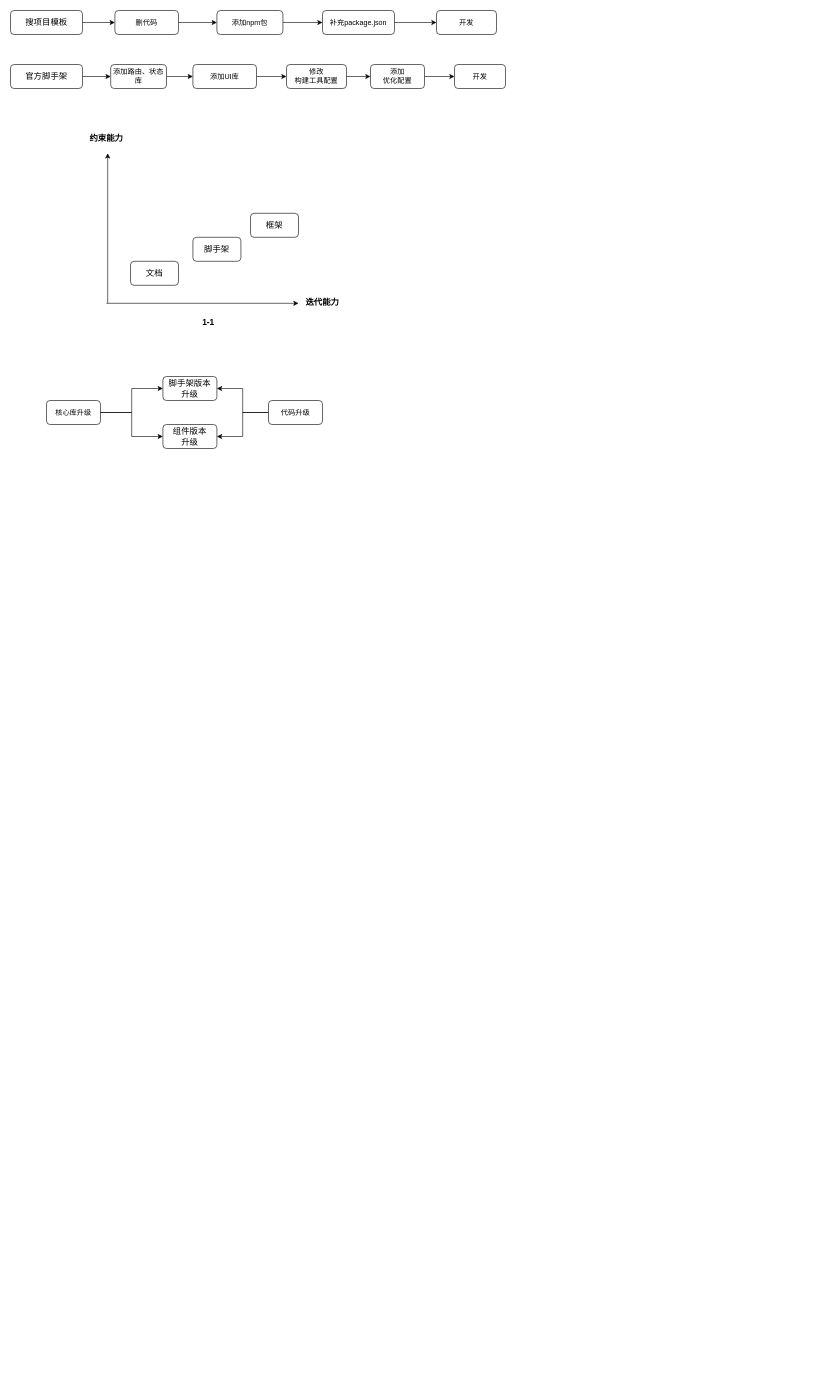
Earlier version of the draw.io diagram doc/diagram/第一章.drawio (houyaowei/front-end-beautifier-in-process). Source tidied: cells renumbered, new cells numbered last; positions are measured from the earlier drawing's top-left corner, leaving out a move shared by most shapes. Both pictures are drawn from the tidied source at 60%, with x=0, y=0 at pixel (10, 10).
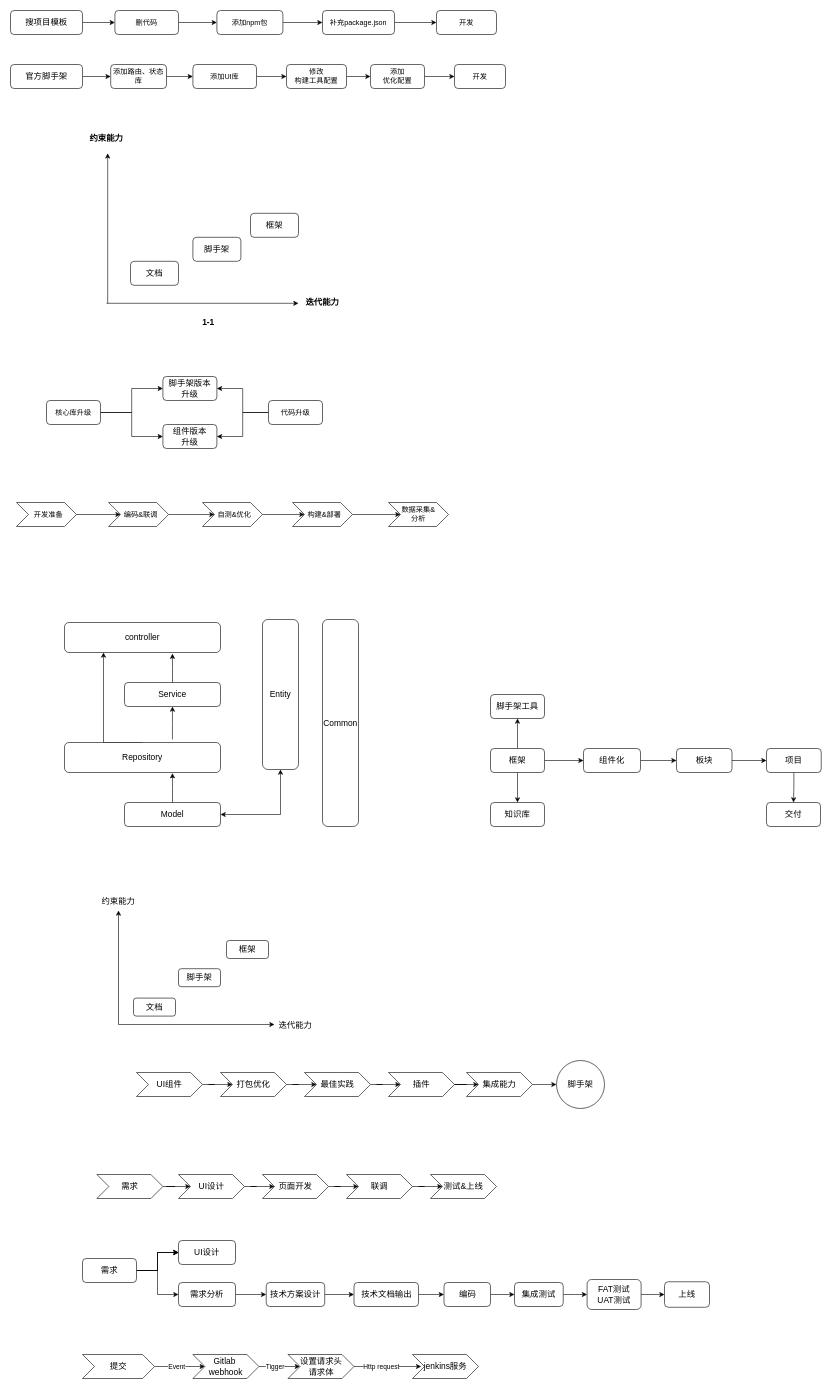
After the change.

The edit, as a diff of the source:
```diff
@@
+    <mxCell id="38" style="edgeStyle=orthogonalEdgeStyle;rounded=0;jettySize=auto;html=1;" parent="1" edge="1" source="39" target="41">
+      <mxGeometry relative="1" as="geometry" />
+    </mxCell>
+    <mxCell id="39" value="&amp;nbsp; 开发准备" style="shape=step;perimeter=stepPerimeter;whiteSpace=wrap;html=1;fixedSize=1;" parent="1" vertex="1">
+      <mxGeometry x="10" y="820" width="100" height="40" as="geometry" />
+    </mxCell>
+    <mxCell id="40" style="edgeStyle=orthogonalEdgeStyle;rounded=0;jettySize=auto;html=1;" parent="1" edge="1" source="41" target="43">
+      <mxGeometry relative="1" as="geometry" />
+    </mxCell>
+    <mxCell id="41" value="&amp;nbsp; 编码&amp;amp;联调" style="shape=step;perimeter=stepPerimeter;whiteSpace=wrap;html=1;fixedSize=1;" parent="1" vertex="1">
+      <mxGeometry x="163.5" y="820" width="100" height="40" as="geometry" />
+    </mxCell>
+    <mxCell id="42" style="edgeStyle=orthogonalEdgeStyle;rounded=0;jettySize=auto;html=1;" parent="1" edge="1" source="43" target="45">
+      <mxGeometry relative="1" as="geometry" />
+    </mxCell>
+    <mxCell id="43" value="&amp;nbsp; 自测&amp;amp;优化" style="shape=step;perimeter=stepPerimeter;whiteSpace=wrap;html=1;fixedSize=1;" parent="1" vertex="1">
+      <mxGeometry x="320" y="820" width="100" height="40" as="geometry" />
+    </mxCell>
+    <mxCell id="44" style="edgeStyle=orthogonalEdgeStyle;rounded=0;jettySize=auto;html=1;" parent="1" edge="1" source="45" target="46">
+      <mxGeometry relative="1" as="geometry" />
+    </mxCell>
+    <mxCell id="45" value="&amp;nbsp; 构建&amp;amp;部署" style="shape=step;perimeter=stepPerimeter;whiteSpace=wrap;html=1;fixedSize=1;" parent="1" vertex="1">
+      <mxGeometry x="470" y="820" width="100" height="40" as="geometry" />
+    </mxCell>
+    <mxCell id="46" value="数据采集&amp;amp;&lt;br&gt;分析" style="shape=step;perimeter=stepPerimeter;whiteSpace=wrap;html=1;fixedSize=1;" parent="1" vertex="1">
+      <mxGeometry x="630" y="820" width="100" height="40" as="geometry" />
+    </mxCell>
+    <mxCell id="47" value="&lt;font style=&quot;font-size: 14px;&quot;&gt;controller&lt;/font&gt;" style="rounded=1;whiteSpace=wrap;html=1;" parent="1" vertex="1">
+      <mxGeometry x="90" y="1020" width="260" height="50" as="geometry" />
+    </mxCell>
+    <mxCell id="48" value="&lt;font style=&quot;font-size: 14px;&quot;&gt;Service&lt;/font&gt;" style="rounded=1;whiteSpace=wrap;html=1;" parent="1" vertex="1">
+      <mxGeometry x="190" y="1120" width="160" height="40" as="geometry" />
+    </mxCell>
+    <mxCell id="49" style="edgeStyle=orthogonalEdgeStyle;rounded=0;jettySize=auto;html=1;entryX=0.5;entryY=1;entryDx=0;entryDy=0;exitX=0.692;exitY=-0.1;exitDx=0;exitDy=0;exitPerimeter=0;" parent="1" edge="1" source="51" target="48">
+      <mxGeometry relative="1" as="geometry" />
+    </mxCell>
+    <mxCell id="50" style="edgeStyle=orthogonalEdgeStyle;rounded=0;jettySize=auto;html=1;exitX=0.5;exitY=0;exitDx=0;exitDy=0;entryX=0.25;entryY=1;entryDx=0;entryDy=0;" parent="1" edge="1" source="51" target="47">
+      <mxGeometry relative="1" as="geometry">
+        <Array as="points">
+          <mxPoint x="155" y="1220" />
+        </Array>
+      </mxGeometry>
+    </mxCell>
+    <mxCell id="51" value="&lt;font style=&quot;font-size: 14px;&quot;&gt;Repository&lt;/font&gt;" style="rounded=1;whiteSpace=wrap;html=1;" parent="1" vertex="1">
+      <mxGeometry x="90" y="1220" width="260" height="50" as="geometry" />
+    </mxCell>
+    <mxCell id="52" style="edgeStyle=orthogonalEdgeStyle;rounded=0;jettySize=auto;html=1;entryX=0.5;entryY=1;entryDx=0;entryDy=0;shadow=0;startArrow=classic;startFill=1;" parent="1" edge="1" source="53" target="54">
+      <mxGeometry relative="1" as="geometry" />
+    </mxCell>
+    <mxCell id="53" value="&lt;font style=&quot;font-size: 14px;&quot;&gt;Model&lt;/font&gt;" style="rounded=1;whiteSpace=wrap;html=1;" parent="1" vertex="1">
+      <mxGeometry x="190" y="1320" width="160" height="40" as="geometry" />
+    </mxCell>
+    <mxCell id="54" value="&lt;font style=&quot;font-size: 14px;&quot;&gt;Entity&lt;/font&gt;" style="rounded=1;whiteSpace=wrap;html=1;" parent="1" vertex="1">
+      <mxGeometry x="420" y="1015" width="60" height="250" as="geometry" />
+    </mxCell>
+    <mxCell id="55" value="&lt;font style=&quot;font-size: 14px;&quot;&gt;Common&lt;/font&gt;" style="rounded=1;whiteSpace=wrap;html=1;" parent="1" vertex="1">
+      <mxGeometry x="520" y="1015" width="60" height="345" as="geometry" />
+    </mxCell>
+    <mxCell id="56" style="edgeStyle=orthogonalEdgeStyle;rounded=0;jettySize=auto;html=1;exitX=0.5;exitY=0;exitDx=0;exitDy=0;entryX=0.692;entryY=1.02;entryDx=0;entryDy=0;entryPerimeter=0;" parent="1" edge="1" source="53" target="51">
+      <mxGeometry relative="1" as="geometry" />
+    </mxCell>
+    <mxCell id="57" style="edgeStyle=orthogonalEdgeStyle;rounded=0;jettySize=auto;html=1;entryX=0.692;entryY=1.04;entryDx=0;entryDy=0;entryPerimeter=0;" parent="1" edge="1" source="48" target="47">
+      <mxGeometry relative="1" as="geometry" />
+    </mxCell>
+    <mxCell id="58" style="edgeStyle=orthogonalEdgeStyle;rounded=0;jettySize=auto;html=1;" parent="1" edge="1" source="61" target="63">
+      <mxGeometry relative="1" as="geometry" />
+    </mxCell>
+    <mxCell id="59" style="edgeStyle=orthogonalEdgeStyle;rounded=0;jettySize=auto;html=1;" parent="1" edge="1" source="61" target="64">
+      <mxGeometry relative="1" as="geometry" />
+    </mxCell>
+    <mxCell id="60" style="edgeStyle=orthogonalEdgeStyle;rounded=0;jettySize=auto;html=1;" parent="1" edge="1" source="61" target="69">
+      <mxGeometry relative="1" as="geometry" />
+    </mxCell>
+    <mxCell id="61" value="&lt;font style=&quot;font-size: 14px;&quot;&gt;框架&lt;/font&gt;" style="rounded=1;whiteSpace=wrap;html=1;" parent="1" vertex="1">
+      <mxGeometry x="800" y="1230" width="90" height="40" as="geometry" />
+    </mxCell>
+    <mxCell id="62" style="edgeStyle=orthogonalEdgeStyle;rounded=0;jettySize=auto;html=1;" parent="1" edge="1" source="63" target="66">
+      <mxGeometry relative="1" as="geometry" />
+    </mxCell>
+    <mxCell id="63" value="&lt;font style=&quot;font-size: 14px;&quot;&gt;组件化&lt;/font&gt;" style="whiteSpace=wrap;html=1;rounded=1;" parent="1" vertex="1">
+      <mxGeometry x="955" y="1230" width="95" height="40" as="geometry" />
+    </mxCell>
+    <mxCell id="64" value="&lt;font style=&quot;font-size: 14px;&quot;&gt;知识库&lt;/font&gt;" style="whiteSpace=wrap;html=1;rounded=1;" parent="1" vertex="1">
+      <mxGeometry x="800" y="1320" width="90" height="40" as="geometry" />
+    </mxCell>
+    <mxCell id="65" style="edgeStyle=orthogonalEdgeStyle;rounded=0;jettySize=auto;html=1;" parent="1" edge="1" source="66" target="68">
+      <mxGeometry relative="1" as="geometry" />
+    </mxCell>
+    <mxCell id="66" value="&lt;font style=&quot;font-size: 14px;&quot;&gt;板块&lt;/font&gt;" style="whiteSpace=wrap;html=1;rounded=1;" parent="1" vertex="1">
+      <mxGeometry x="1110" y="1230" width="92.5" height="40" as="geometry" />
+    </mxCell>
+    <mxCell id="67" style="edgeStyle=orthogonalEdgeStyle;rounded=0;jettySize=auto;html=1;" parent="1" edge="1" source="68" target="70">
+      <mxGeometry relative="1" as="geometry" />
+    </mxCell>
+    <mxCell id="68" value="&lt;font style=&quot;font-size: 14px;&quot;&gt;项目&lt;/font&gt;" style="whiteSpace=wrap;html=1;rounded=1;" parent="1" vertex="1">
+      <mxGeometry x="1260" y="1230" width="91.2" height="40" as="geometry" />
+    </mxCell>
+    <mxCell id="69" value="&lt;font style=&quot;font-size: 14px;&quot;&gt;脚手架工具&lt;/font&gt;" style="whiteSpace=wrap;html=1;rounded=1;" parent="1" vertex="1">
+      <mxGeometry x="800" y="1140" width="90" height="40" as="geometry" />
+    </mxCell>
+    <mxCell id="70" value="&lt;font style=&quot;font-size: 14px;&quot;&gt;交付&lt;/font&gt;" style="whiteSpace=wrap;html=1;rounded=1;" parent="1" vertex="1">
+      <mxGeometry x="1260" y="1320" width="90" height="40" as="geometry" />
+    </mxCell>
+    <mxCell id="71" style="endArrow=classic;html=1;rounded=0;" parent="1" edge="1">
+      <mxGeometry relative="1" as="geometry">
+        <mxPoint x="180" y="1690" as="sourcePoint" />
+        <mxPoint x="440" y="1690" as="targetPoint" />
+      </mxGeometry>
+    </mxCell>
+    <mxCell id="72" style="endArrow=classic;html=1;rounded=0;" parent="1" edge="1">
+      <mxGeometry relative="1" as="geometry">
+        <mxPoint x="180" y="1690" as="sourcePoint" />
+        <mxPoint x="180" y="1500" as="targetPoint" />
+      </mxGeometry>
+    </mxCell>
+    <mxCell id="73" value="&lt;font style=&quot;font-size: 14px;&quot;&gt;文档&lt;/font&gt;" style="rounded=1;whiteSpace=wrap;html=1;" parent="1" vertex="1">
+      <mxGeometry x="205" y="1646" width="70" height="30" as="geometry" />
+    </mxCell>
+    <mxCell id="74" value="&lt;font style=&quot;font-size: 14px;&quot;&gt;脚手架&lt;/font&gt;" style="rounded=1;whiteSpace=wrap;html=1;" parent="1" vertex="1">
+      <mxGeometry x="280" y="1597" width="70" height="30" as="geometry" />
+    </mxCell>
+    <mxCell id="75" value="&lt;font style=&quot;font-size: 14px;&quot;&gt;框架&lt;/font&gt;" style="rounded=1;whiteSpace=wrap;html=1;" parent="1" vertex="1">
+      <mxGeometry x="360" y="1550" width="70" height="30" as="geometry" />
+    </mxCell>
+    <mxCell id="76" value="&lt;font style=&quot;font-size: 14px;&quot;&gt;迭代能力&lt;/font&gt;" style="text;html=1;align=center;verticalAlign=middle;whiteSpace=wrap;rounded=0;" parent="1" vertex="1">
+      <mxGeometry x="445" y="1676" width="60" height="30" as="geometry" />
+    </mxCell>
+    <mxCell id="77" value="&lt;font style=&quot;font-size: 14px;&quot;&gt;约束能力&lt;/font&gt;" style="text;html=1;align=center;verticalAlign=middle;whiteSpace=wrap;rounded=0;" parent="1" vertex="1">
+      <mxGeometry x="150" y="1470" width="60" height="30" as="geometry" />
+    </mxCell>
+    <mxCell id="78" style="edgeStyle=orthogonalEdgeStyle;rounded=0;jettySize=auto;html=1;" parent="1" edge="1" source="79" target="81">
+      <mxGeometry relative="1" as="geometry" />
+    </mxCell>
+    <mxCell id="79" value="&lt;font style=&quot;font-size: 14px;&quot;&gt;UI组件&lt;/font&gt;" style="shape=step;perimeter=stepPerimeter;whiteSpace=wrap;html=1;fixedSize=1;" parent="1" vertex="1">
+      <mxGeometry x="210" y="1770" width="110" height="40" as="geometry" />
+    </mxCell>
+    <mxCell id="80" style="edgeStyle=orthogonalEdgeStyle;rounded=0;jettySize=auto;html=1;" parent="1" edge="1" source="81" target="83">
+      <mxGeometry relative="1" as="geometry" />
+    </mxCell>
+    <mxCell id="81" value="&lt;font style=&quot;font-size: 14px;&quot;&gt;打包优化&lt;/font&gt;" style="shape=step;perimeter=stepPerimeter;whiteSpace=wrap;html=1;fixedSize=1;" parent="1" vertex="1">
+      <mxGeometry x="350" y="1770" width="110" height="40" as="geometry" />
+    </mxCell>
+    <mxCell id="82" style="edgeStyle=orthogonalEdgeStyle;rounded=0;jettySize=auto;html=1;" parent="1" edge="1" source="83" target="85">
+      <mxGeometry relative="1" as="geometry" />
+    </mxCell>
+    <mxCell id="83" value="&lt;font style=&quot;font-size: 14px;&quot;&gt;最佳实践&lt;/font&gt;" style="shape=step;perimeter=stepPerimeter;whiteSpace=wrap;html=1;fixedSize=1;" parent="1" vertex="1">
+      <mxGeometry x="490" y="1770" width="110" height="40" as="geometry" />
+    </mxCell>
+    <mxCell id="84" style="edgeStyle=orthogonalEdgeStyle;rounded=0;jettySize=auto;html=1;" parent="1" edge="1" source="85" target="87">
+      <mxGeometry relative="1" as="geometry" />
+    </mxCell>
+    <mxCell id="85" value="&lt;font style=&quot;font-size: 14px;&quot;&gt;插件&lt;/font&gt;" style="shape=step;perimeter=stepPerimeter;whiteSpace=wrap;html=1;fixedSize=1;" parent="1" vertex="1">
+      <mxGeometry x="630" y="1770" width="110" height="40" as="geometry" />
+    </mxCell>
+    <mxCell id="86" style="edgeStyle=orthogonalEdgeStyle;rounded=0;jettySize=auto;html=1;" parent="1" edge="1" source="87" target="88">
+      <mxGeometry relative="1" as="geometry" />
+    </mxCell>
+    <mxCell id="87" value="&lt;font style=&quot;font-size: 14px;&quot;&gt;集成能力&lt;/font&gt;" style="shape=step;perimeter=stepPerimeter;whiteSpace=wrap;html=1;fixedSize=1;" parent="1" vertex="1">
+      <mxGeometry x="760" y="1770" width="110" height="40" as="geometry" />
+    </mxCell>
+    <mxCell id="88" value="&lt;font style=&quot;font-size: 14px;&quot;&gt;脚手架&lt;/font&gt;" style="ellipse;whiteSpace=wrap;html=1;" parent="1" vertex="1">
+      <mxGeometry x="910" y="1750" width="80" height="80" as="geometry" />
+    </mxCell>
+    <mxCell id="89" style="edgeStyle=orthogonalEdgeStyle;rounded=0;jettySize=auto;html=1;" parent="1" edge="1" source="90" target="92">
+      <mxGeometry relative="1" as="geometry" />
+    </mxCell>
+    <mxCell id="90" value="&lt;font style=&quot;font-size: 14px;&quot;&gt;需求&lt;/font&gt;" style="shape=step;perimeter=stepPerimeter;whiteSpace=wrap;html=1;fixedSize=1;" parent="1" vertex="1">
+      <mxGeometry x="144" y="1940" width="110" height="40" as="geometry" />
+    </mxCell>
+    <mxCell id="91" style="edgeStyle=orthogonalEdgeStyle;rounded=0;jettySize=auto;html=1;" parent="1" edge="1" source="92" target="94">
+      <mxGeometry relative="1" as="geometry" />
+    </mxCell>
+    <mxCell id="92" value="&lt;font style=&quot;font-size: 14px;&quot;&gt;UI设计&lt;/font&gt;" style="shape=step;perimeter=stepPerimeter;whiteSpace=wrap;html=1;fixedSize=1;" parent="1" vertex="1">
+      <mxGeometry x="280" y="1940" width="110" height="40" as="geometry" />
+    </mxCell>
+    <mxCell id="93" style="edgeStyle=orthogonalEdgeStyle;rounded=0;jettySize=auto;html=1;" parent="1" edge="1" source="94" target="96">
+      <mxGeometry relative="1" as="geometry" />
+    </mxCell>
+    <mxCell id="94" value="&lt;font style=&quot;font-size: 14px;&quot;&gt;页面开发&lt;/font&gt;" style="shape=step;perimeter=stepPerimeter;whiteSpace=wrap;html=1;fixedSize=1;" parent="1" vertex="1">
+      <mxGeometry x="420" y="1940" width="110" height="40" as="geometry" />
+    </mxCell>
+    <mxCell id="95" style="edgeStyle=orthogonalEdgeStyle;rounded=0;jettySize=auto;html=1;" parent="1" edge="1" source="96" target="97">
+      <mxGeometry relative="1" as="geometry" />
+    </mxCell>
+    <mxCell id="96" value="&lt;font style=&quot;font-size: 14px;&quot;&gt;联调&lt;/font&gt;" style="shape=step;perimeter=stepPerimeter;whiteSpace=wrap;html=1;fixedSize=1;" parent="1" vertex="1">
+      <mxGeometry x="560" y="1940" width="110" height="40" as="geometry" />
+    </mxCell>
+    <mxCell id="97" value="&lt;span style=&quot;font-size: 14px;&quot;&gt;测试&amp;amp;上线&lt;/span&gt;" style="shape=step;perimeter=stepPerimeter;whiteSpace=wrap;html=1;fixedSize=1;" parent="1" vertex="1">
+      <mxGeometry x="700" y="1940" width="110" height="40" as="geometry" />
+    </mxCell>
+    <mxCell id="98" style="edgeStyle=orthogonalEdgeStyle;rounded=0;jettySize=auto;html=1;" parent="1" edge="1" source="102" target="103">
+      <mxGeometry relative="1" as="geometry" />
+    </mxCell>
+    <mxCell id="99" style="edgeStyle=orthogonalEdgeStyle;rounded=0;jettySize=auto;html=1;" parent="1" edge="1" source="102" target="103">
+      <mxGeometry relative="1" as="geometry" />
+    </mxCell>
+    <mxCell id="100" style="edgeStyle=orthogonalEdgeStyle;rounded=0;jettySize=auto;html=1;" parent="1" edge="1" source="102" target="103">
+      <mxGeometry relative="1" as="geometry" />
+    </mxCell>
+    <mxCell id="101" style="edgeStyle=orthogonalEdgeStyle;rounded=0;jettySize=auto;html=1;" parent="1" edge="1" source="102" target="105">
+      <mxGeometry relative="1" as="geometry" />
+    </mxCell>
+    <mxCell id="102" value="&lt;font style=&quot;font-size: 14px;&quot;&gt;需求&lt;/font&gt;" style="rounded=1;whiteSpace=wrap;html=1;" parent="1" vertex="1">
+      <mxGeometry x="120" y="2080" width="90" height="40" as="geometry" />
+    </mxCell>
+    <mxCell id="103" value="&lt;font style=&quot;font-size: 14px;&quot;&gt;UI设计&lt;/font&gt;" style="whiteSpace=wrap;html=1;rounded=1;" parent="1" vertex="1">
+      <mxGeometry x="280" y="2050" width="95" height="40" as="geometry" />
+    </mxCell>
+    <mxCell id="104" style="edgeStyle=orthogonalEdgeStyle;rounded=0;jettySize=auto;html=1;" parent="1" edge="1" source="105" target="107">
+      <mxGeometry relative="1" as="geometry" />
+    </mxCell>
+    <mxCell id="105" value="&lt;font style=&quot;font-size: 14px;&quot;&gt;需求分析&lt;/font&gt;" style="whiteSpace=wrap;html=1;rounded=1;" parent="1" vertex="1">
+      <mxGeometry x="280" y="2120" width="95" height="40" as="geometry" />
+    </mxCell>
+    <mxCell id="106" style="edgeStyle=orthogonalEdgeStyle;rounded=0;jettySize=auto;html=1;" parent="1" edge="1" source="107" target="109">
+      <mxGeometry relative="1" as="geometry" />
+    </mxCell>
+    <mxCell id="107" value="&lt;font style=&quot;font-size: 14px;&quot;&gt;技术方案设计&lt;/font&gt;" style="whiteSpace=wrap;html=1;rounded=1;" parent="1" vertex="1">
+      <mxGeometry x="426.2" y="2120" width="97.5" height="40" as="geometry" />
+    </mxCell>
+    <mxCell id="108" style="edgeStyle=orthogonalEdgeStyle;rounded=0;jettySize=auto;html=1;" parent="1" edge="1" source="109" target="111">
+      <mxGeometry relative="1" as="geometry" />
+    </mxCell>
+    <mxCell id="109" value="&lt;font style=&quot;font-size: 14px;&quot;&gt;技术文档输出&lt;/font&gt;" style="whiteSpace=wrap;html=1;rounded=1;" parent="1" vertex="1">
+      <mxGeometry x="572.5" y="2120" width="107.5" height="40" as="geometry" />
+    </mxCell>
+    <mxCell id="110" style="edgeStyle=orthogonalEdgeStyle;rounded=0;jettySize=auto;html=1;" parent="1" edge="1" source="111" target="113">
+      <mxGeometry relative="1" as="geometry" />
+    </mxCell>
+    <mxCell id="111" value="&lt;font style=&quot;font-size: 14px;&quot;&gt;编码&lt;/font&gt;" style="whiteSpace=wrap;html=1;rounded=1;" parent="1" vertex="1">
+      <mxGeometry x="722.5" y="2120" width="77.5" height="40" as="geometry" />
+    </mxCell>
+    <mxCell id="112" style="edgeStyle=orthogonalEdgeStyle;rounded=0;jettySize=auto;html=1;" parent="1" edge="1" source="113" target="115">
+      <mxGeometry relative="1" as="geometry" />
+    </mxCell>
+    <mxCell id="113" value="&lt;font style=&quot;font-size: 14px;&quot;&gt;集成测试&lt;/font&gt;" style="whiteSpace=wrap;html=1;rounded=1;" parent="1" vertex="1">
+      <mxGeometry x="840" y="2120" width="81.2" height="40" as="geometry" />
+    </mxCell>
+    <mxCell id="114" style="edgeStyle=orthogonalEdgeStyle;rounded=0;jettySize=auto;html=1;" parent="1" edge="1" source="115" target="116">
+      <mxGeometry relative="1" as="geometry" />
+    </mxCell>
+    <mxCell id="115" value="&lt;font style=&quot;font-size: 14px;&quot;&gt;FAT测试&lt;br&gt;UAT测试&lt;br&gt;&lt;/font&gt;" style="whiteSpace=wrap;html=1;rounded=1;" parent="1" vertex="1">
+      <mxGeometry x="961" y="2115" width="90" height="50" as="geometry" />
+    </mxCell>
+    <mxCell id="116" value="&lt;font style=&quot;font-size: 14px;&quot;&gt;上线&lt;/font&gt;" style="whiteSpace=wrap;html=1;rounded=1;" parent="1" vertex="1">
+      <mxGeometry x="1090" y="2118.8" width="75" height="42.5" as="geometry" />
+    </mxCell>
+    <mxCell id="117" style="edgeStyle=orthogonalEdgeStyle;rounded=0;jettySize=auto;html=1;" parent="1" edge="1" source="119" target="122">
+      <mxGeometry relative="1" as="geometry" />
+    </mxCell>
+    <mxCell id="118" value="Event" style="edgeLabel;html=1;align=center;verticalAlign=middle;" parent="117" vertex="1">
+      <mxGeometry x="-0.14" relative="1" as="geometry" />
+    </mxCell>
+    <mxCell id="119" value="&lt;font style=&quot;font-size: 14px;&quot;&gt;提交&lt;/font&gt;" style="shape=step;perimeter=stepPerimeter;whiteSpace=wrap;html=1;fixedSize=1;" parent="1" vertex="1">
+      <mxGeometry x="120" y="2240" width="120" height="40" as="geometry" />
+    </mxCell>
+    <mxCell id="120" style="edgeStyle=orthogonalEdgeStyle;rounded=0;jettySize=auto;html=1;entryX=0;entryY=0.5;entryDx=0;entryDy=0;" parent="1" edge="1" source="122" target="123">
+      <mxGeometry relative="1" as="geometry" />
+    </mxCell>
+    <mxCell id="121" value="Tigger" style="edgeLabel;html=1;align=center;verticalAlign=middle;" parent="120" vertex="1">
+      <mxGeometry x="-0.24" y="1" relative="1" as="geometry" />
+    </mxCell>
+    <mxCell id="122" value="&lt;span style=&quot;font-size: 14px;&quot;&gt;Gitlab&amp;nbsp; &lt;br&gt;webhook&lt;/span&gt;" style="shape=step;perimeter=stepPerimeter;whiteSpace=wrap;html=1;fixedSize=1;" parent="1" vertex="1">
+      <mxGeometry x="304" y="2240" width="110" height="40" as="geometry" />
+    </mxCell>
+    <mxCell id="123" value="&lt;span style=&quot;font-size: 14px;&quot;&gt;设置请求头&lt;br&gt;请求体&lt;br&gt;&lt;/span&gt;" style="shape=step;perimeter=stepPerimeter;whiteSpace=wrap;html=1;fixedSize=1;" parent="1" vertex="1">
+      <mxGeometry x="462.5" y="2240" width="110" height="40" as="geometry" />
+    </mxCell>
+    <mxCell id="124" value="&lt;span style=&quot;font-size: 14px;&quot;&gt;jenkins服务&lt;br&gt;&lt;/span&gt;" style="shape=step;perimeter=stepPerimeter;whiteSpace=wrap;html=1;fixedSize=1;" parent="1" vertex="1">
+      <mxGeometry x="670" y="2240" width="110" height="40" as="geometry" />
+    </mxCell>
+    <mxCell id="125" style="edgeStyle=orthogonalEdgeStyle;rounded=0;jettySize=auto;html=1;entryX=0.132;entryY=0.5;entryDx=0;entryDy=0;entryPerimeter=0;" parent="1" edge="1" source="123" target="124">
+      <mxGeometry relative="1" as="geometry" />
+    </mxCell>
+    <mxCell id="126" value="Http request" style="edgeLabel;html=1;align=center;verticalAlign=middle;" parent="125" vertex="1">
+      <mxGeometry x="-0.21" relative="1" as="geometry">
+        <mxPoint x="1" as="offset" />
+      </mxGeometry>
+    </mxCell>
```
